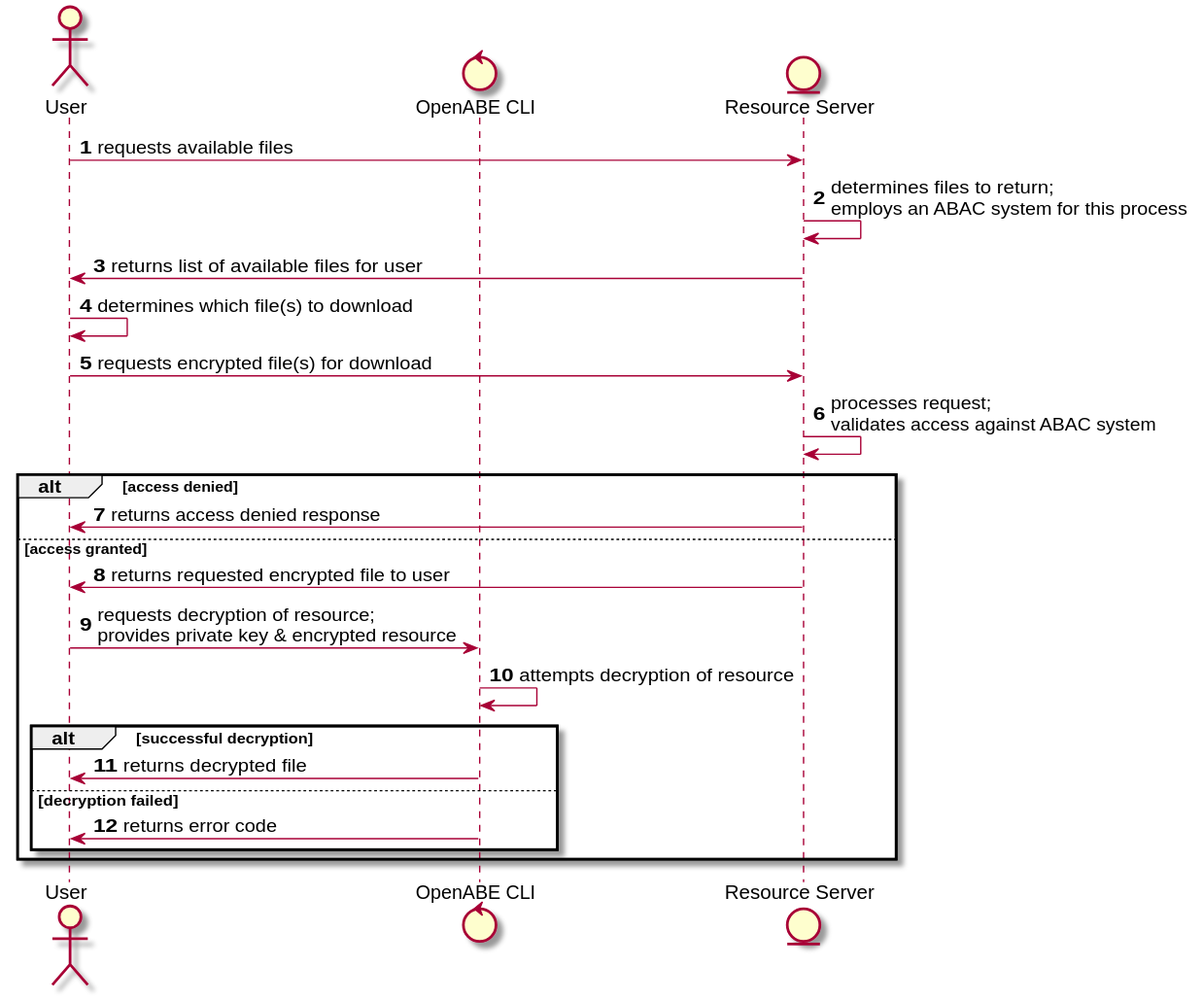
2190594W/l4-project-research keeps this PlantUML diagram as diagrams/flow_of_info/decryption_download_sequence.svg. Above is the earlier version. The source it was exported from:
```plantuml
@startuml
autonumber
actor User
control "OpenABE CLI"
entity "Resource Server"
User -> "Resource Server": requests available files
"Resource Server" -> "Resource Server": determines files to return;\nemploys an ABAC system for this process
"Resource Server" -> User: returns list of available files for user
User -> User: determines which file(s) to download
User -> "Resource Server": requests encrypted file(s) for download
"Resource Server" -> "Resource Server": processes request;\nvalidates access against ABAC system
alt access denied
  "Resource Server" -> User: returns access denied response
else access granted
  "Resource Server" -> User: returns requested encrypted file to user
  User -> "OpenABE CLI": requests decryption of resource;\nprovides private key & encrypted resource
  "OpenABE CLI" -> "OpenABE CLI": attempts decryption of resource
  alt successful decryption
    "OpenABE CLI" -> User: returns decrypted file
  else decryption failed
    "OpenABE CLI" -> User: returns error code
  end
end
@enduml
```
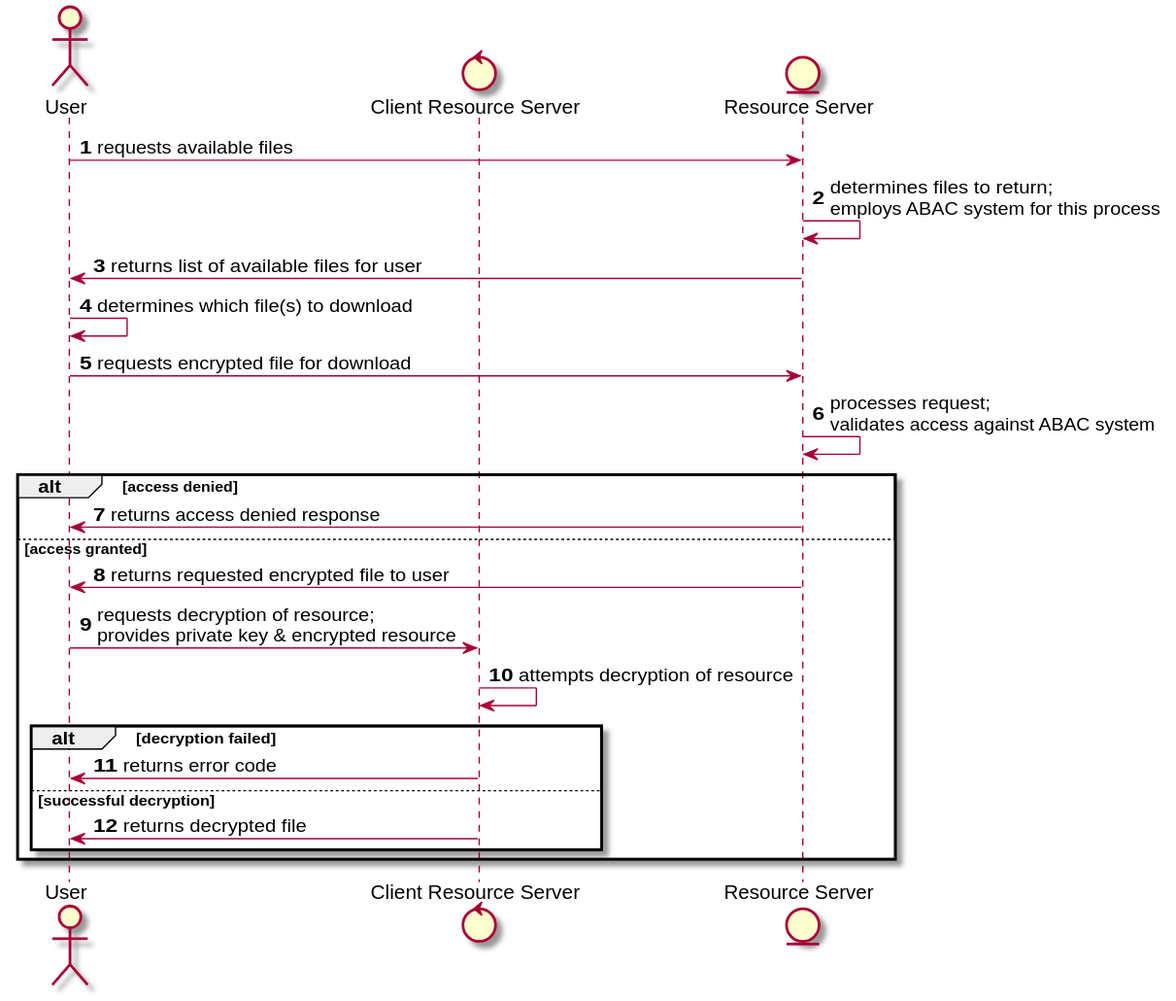
Above is the later version.

What changed in the source:
```diff
@@ -1,24 +1,24 @@
 @startuml
 autonumber
 actor User
-control "OpenABE CLI"
+control "Client Resource Server"
 entity "Resource Server"
 User -> "Resource Server": requests available files
-"Resource Server" -> "Resource Server": determines files to return;\nemploys an ABAC system for this process
+"Resource Server" -> "Resource Server": determines files to return;\nemploys ABAC system for this process
 "Resource Server" -> User: returns list of available files for user
 User -> User: determines which file(s) to download
-User -> "Resource Server": requests encrypted file(s) for download
+User -> "Resource Server": requests encrypted file for download
 "Resource Server" -> "Resource Server": processes request;\nvalidates access against ABAC system
 alt access denied
   "Resource Server" -> User: returns access denied response
 else access granted
   "Resource Server" -> User: returns requested encrypted file to user
-  User -> "OpenABE CLI": requests decryption of resource;\nprovides private key & encrypted resource
-  "OpenABE CLI" -> "OpenABE CLI": attempts decryption of resource
-  alt successful decryption
-    "OpenABE CLI" -> User: returns decrypted file
-  else decryption failed
-    "OpenABE CLI" -> User: returns error code
+  User -> "Client Resource Server": requests decryption of resource;\nprovides private key & encrypted resource
+  "Client Resource Server" -> "Client Resource Server": attempts decryption of resource
+  alt decryption failed
+    "Client Resource Server" -> User: returns error code
+  else successful decryption
+    "Client Resource Server" -> User: returns decrypted file
   end
 end
 @enduml
```
